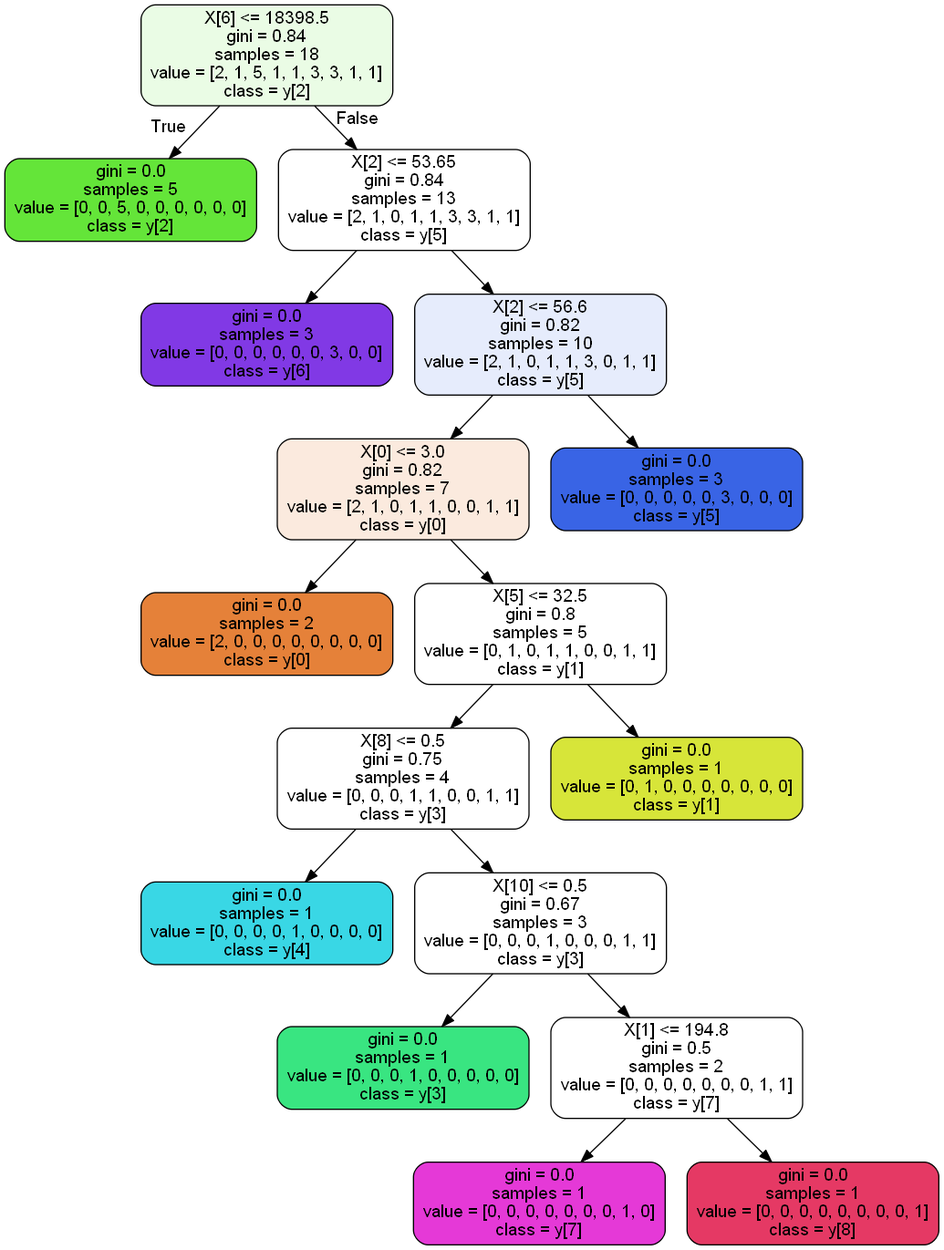
Above: treerace.png in AndreaDagg/DecisIonCAr (Graphviz), before the change. Its source is kept beside it as treerace.dot.
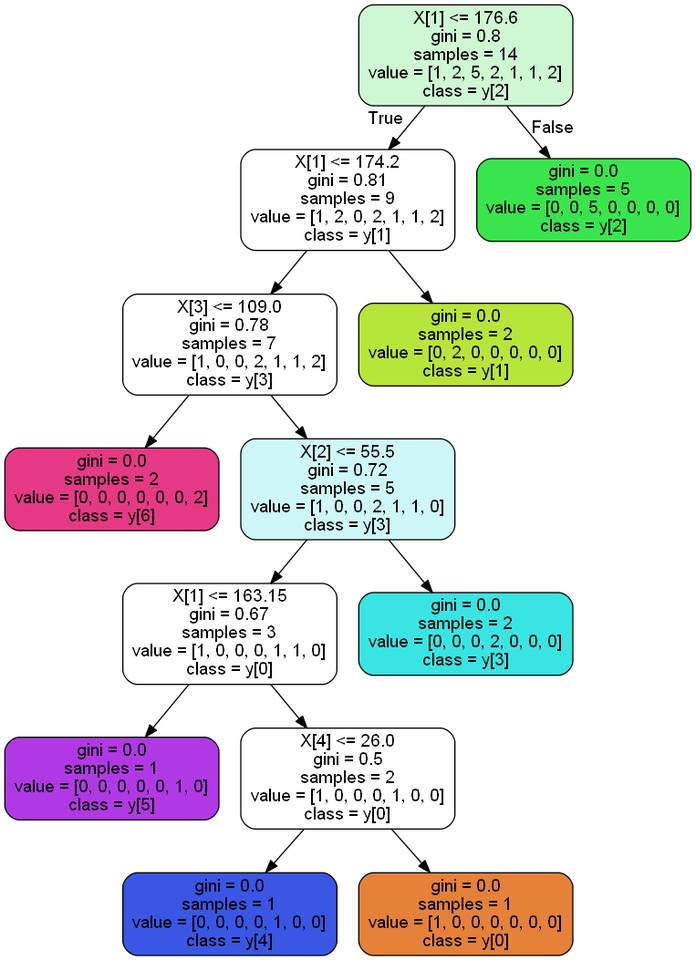
After the commit.

Change to the diagram source:
```diff
@@ -1,37 +1,29 @@
 digraph Tree {
 node [shape=box, style="filled, rounded", color="black", fontname=helvetica] ;
 edge [fontname=helvetica] ;
-0 [label="X[6] <= 18398.5\ngini = 0.84\nsamples = 18\nvalue = [2, 1, 5, 1, 1, 3, 3, 1, 1]\nclass = y[2]", fillcolor="#eafce5"] ;
-1 [label="gini = 0.0\nsamples = 5\nvalue = [0, 0, 5, 0, 0, 0, 0, 0, 0]\nclass = y[2]", fillcolor="#64e539"] ;
+0 [label="X[1] <= 176.6\ngini = 0.8\nsamples = 14\nvalue = [1, 2, 5, 2, 1, 1, 2]\nclass = y[2]", fillcolor="#cef8d2"] ;
+1 [label="X[1] <= 174.2\ngini = 0.81\nsamples = 9\nvalue = [1, 2, 0, 2, 1, 1, 2]\nclass = y[1]", fillcolor="#ffffff"] ;
 0 -> 1 [labeldistance=2.5, labelangle=45, headlabel="True"] ;
-2 [label="X[2] <= 53.65\ngini = 0.84\nsamples = 13\nvalue = [2, 1, 0, 1, 1, 3, 3, 1, 1]\nclass = y[5]", fillcolor="#ffffff"] ;
-0 -> 2 [labeldistance=2.5, labelangle=-45, headlabel="False"] ;
-3 [label="gini = 0.0\nsamples = 3\nvalue = [0, 0, 0, 0, 0, 0, 3, 0, 0]\nclass = y[6]", fillcolor="#8139e5"] ;
+2 [label="X[3] <= 109.0\ngini = 0.78\nsamples = 7\nvalue = [1, 0, 0, 2, 1, 1, 2]\nclass = y[3]", fillcolor="#ffffff"] ;
+1 -> 2 ;
+3 [label="gini = 0.0\nsamples = 2\nvalue = [0, 0, 0, 0, 0, 0, 2]\nclass = y[6]", fillcolor="#e53986"] ;
 2 -> 3 ;
-4 [label="X[2] <= 56.6\ngini = 0.82\nsamples = 10\nvalue = [2, 1, 0, 1, 1, 3, 0, 1, 1]\nclass = y[5]", fillcolor="#e6ecfc"] ;
+4 [label="X[2] <= 55.5\ngini = 0.72\nsamples = 5\nvalue = [1, 0, 0, 2, 1, 1, 0]\nclass = y[3]", fillcolor="#cef8f8"] ;
 2 -> 4 ;
-5 [label="X[0] <= 3.0\ngini = 0.82\nsamples = 7\nvalue = [2, 1, 0, 1, 1, 0, 0, 1, 1]\nclass = y[0]", fillcolor="#fbeade"] ;
+5 [label="X[1] <= 163.15\ngini = 0.67\nsamples = 3\nvalue = [1, 0, 0, 0, 1, 1, 0]\nclass = y[0]", fillcolor="#ffffff"] ;
 4 -> 5 ;
-6 [label="gini = 0.0\nsamples = 2\nvalue = [2, 0, 0, 0, 0, 0, 0, 0, 0]\nclass = y[0]", fillcolor="#e58139"] ;
+6 [label="gini = 0.0\nsamples = 1\nvalue = [0, 0, 0, 0, 0, 1, 0]\nclass = y[5]", fillcolor="#b139e5"] ;
 5 -> 6 ;
-7 [label="X[5] <= 32.5\ngini = 0.8\nsamples = 5\nvalue = [0, 1, 0, 1, 1, 0, 0, 1, 1]\nclass = y[1]", fillcolor="#ffffff"] ;
+7 [label="X[4] <= 26.0\ngini = 0.5\nsamples = 2\nvalue = [1, 0, 0, 0, 1, 0, 0]\nclass = y[0]", fillcolor="#ffffff"] ;
 5 -> 7 ;
-8 [label="X[8] <= 0.5\ngini = 0.75\nsamples = 4\nvalue = [0, 0, 0, 1, 1, 0, 0, 1, 1]\nclass = y[3]", fillcolor="#ffffff"] ;
+8 [label="gini = 0.0\nsamples = 1\nvalue = [0, 0, 0, 0, 1, 0, 0]\nclass = y[4]", fillcolor="#3956e5"] ;
 7 -> 8 ;
-9 [label="gini = 0.0\nsamples = 1\nvalue = [0, 0, 0, 0, 1, 0, 0, 0, 0]\nclass = y[4]", fillcolor="#39d7e5"] ;
-8 -> 9 ;
-10 [label="X[10] <= 0.5\ngini = 0.67\nsamples = 3\nvalue = [0, 0, 0, 1, 0, 0, 0, 1, 1]\nclass = y[3]", fillcolor="#ffffff"] ;
-8 -> 10 ;
-11 [label="gini = 0.0\nsamples = 1\nvalue = [0, 0, 0, 1, 0, 0, 0, 0, 0]\nclass = y[3]", fillcolor="#39e581"] ;
-10 -> 11 ;
-12 [label="X[1] <= 194.8\ngini = 0.5\nsamples = 2\nvalue = [0, 0, 0, 0, 0, 0, 0, 1, 1]\nclass = y[7]", fillcolor="#ffffff"] ;
-10 -> 12 ;
-13 [label="gini = 0.0\nsamples = 1\nvalue = [0, 0, 0, 0, 0, 0, 0, 1, 0]\nclass = y[7]", fillcolor="#e539d7"] ;
-12 -> 13 ;
-14 [label="gini = 0.0\nsamples = 1\nvalue = [0, 0, 0, 0, 0, 0, 0, 0, 1]\nclass = y[8]", fillcolor="#e53964"] ;
-12 -> 14 ;
-15 [label="gini = 0.0\nsamples = 1\nvalue = [0, 1, 0, 0, 0, 0, 0, 0, 0]\nclass = y[1]", fillcolor="#d7e539"] ;
-7 -> 15 ;
-16 [label="gini = 0.0\nsamples = 3\nvalue = [0, 0, 0, 0, 0, 3, 0, 0, 0]\nclass = y[5]", fillcolor="#3964e5"] ;
-4 -> 16 ;
+9 [label="gini = 0.0\nsamples = 1\nvalue = [1, 0, 0, 0, 0, 0, 0]\nclass = y[0]", fillcolor="#e58139"] ;
+7 -> 9 ;
+10 [label="gini = 0.0\nsamples = 2\nvalue = [0, 0, 0, 2, 0, 0, 0]\nclass = y[3]", fillcolor="#39e5e2"] ;
+4 -> 10 ;
+11 [label="gini = 0.0\nsamples = 2\nvalue = [0, 2, 0, 0, 0, 0, 0]\nclass = y[1]", fillcolor="#b7e539"] ;
+1 -> 11 ;
+12 [label="gini = 0.0\nsamples = 5\nvalue = [0, 0, 5, 0, 0, 0, 0]\nclass = y[2]", fillcolor="#39e54d"] ;
+0 -> 12 [labeldistance=2.5, labelangle=-45, headlabel="False"] ;
 }
```
